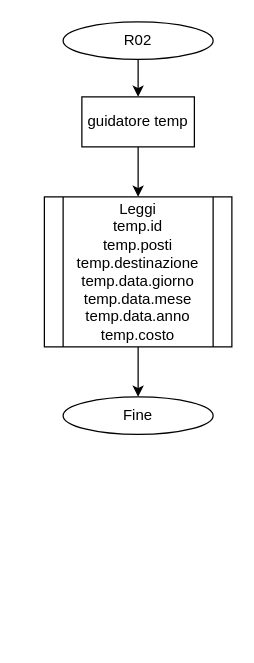
Above: page "R02" (2 of 7) of Diagramma senza titolo.drawio in kelvinsrcn/Demo (draw.io), before the change. Source tidied: cells renumbered, new cells numbered last; positions are measured from the earlier drawing's top-left corner, leaving out a move shared by most shapes. Both pictures are drawn from the tidied source at 125%, with x=0, y=0 at pixel (44, 21).
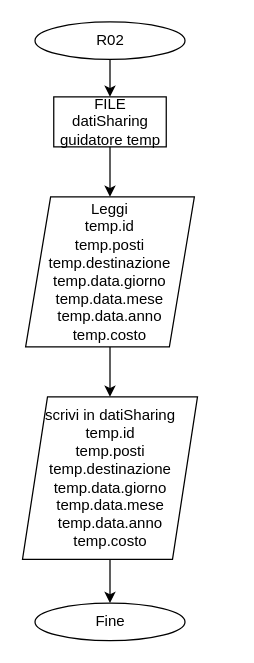
The same page after the edit.

Change to the diagram source:
```diff
@@
 <mxGraphModel>
   <root>
     <mxCell id="0" />
     <mxCell id="1" parent="0" />
     <mxCell id="2" style="edgeStyle=orthogonalEdgeStyle;rounded=0;jettySize=auto;html=1;entryX=0.5;entryY=0;entryDx=0;entryDy=0;" parent="1" edge="1" source="3" target="8">
       <mxGeometry relative="1" as="geometry" />
     </mxCell>
     <mxCell id="3" value="R02" style="ellipse;whiteSpace=wrap;html=1;" parent="1" vertex="1">
-      <mxGeometry x="15" width="120" height="30" as="geometry" />
+      <mxGeometry x="-7.5" width="120" height="30" as="geometry" />
     </mxCell>
     <mxCell id="4" value="Fine" style="ellipse;whiteSpace=wrap;html=1;" parent="1" vertex="1">
-      <mxGeometry x="15" y="300" width="120" height="30" as="geometry" />
+      <mxGeometry x="-7.5" y="465" width="120" height="30" as="geometry" />
     </mxCell>
-    <mxCell id="5" style="edgeStyle=orthogonalEdgeStyle;rounded=0;jettySize=auto;html=1;" parent="1" edge="1" source="6" target="4">
-      <mxGeometry relative="1" as="geometry" />
-    </mxCell>
-    <mxCell id="6" value="Leggi&lt;br&gt;temp.id&lt;br&gt;temp.posti&lt;br&gt;temp.destinazione&lt;br&gt;temp.data.giorno&lt;br&gt;temp.data.mese&lt;br&gt;temp.data.anno&lt;br&gt;temp.costo" style="shape=process;whiteSpace=wrap;html=1;backgroundOutline=1;" parent="1" vertex="1">
-      <mxGeometry y="140" width="150" height="120" as="geometry" />
-    </mxCell>
     <mxCell id="7" style="edgeStyle=orthogonalEdgeStyle;rounded=0;jettySize=auto;html=1;" parent="1" edge="1" source="8" target="6">
       <mxGeometry relative="1" as="geometry" />
     </mxCell>
-    <mxCell id="8" value="guidatore temp" style="whiteSpace=wrap;html=1;" parent="1" vertex="1">
-      <mxGeometry x="30" y="60" width="90" height="40" as="geometry" />
+    <mxCell id="8" value="FILE datiSharing&lt;br&gt;guidatore temp" style="whiteSpace=wrap;html=1;" parent="1" vertex="1">
+      <mxGeometry x="7.5" y="60" width="90" height="40" as="geometry" />
     </mxCell>
+    <mxCell id="9" style="edgeStyle=orthogonalEdgeStyle;rounded=0;jettySize=auto;html=1;" parent="1" edge="1" source="6" target="11">
+      <mxGeometry relative="1" as="geometry" />
+    </mxCell>
+    <mxCell id="6" value="Leggi&lt;br&gt;temp.id&lt;br&gt;temp.posti&lt;br&gt;temp.destinazione&lt;br&gt;temp.data.giorno&lt;br&gt;temp.data.mese&lt;br&gt;temp.data.anno&lt;br&gt;temp.costo" style="shape=parallelogram;perimeter=parallelogramPerimeter;whiteSpace=wrap;html=1;fixedSize=1;" parent="1" vertex="1">
+      <mxGeometry x="-15" y="140" width="135" height="120" as="geometry" />
+    </mxCell>
+    <mxCell id="10" style="edgeStyle=orthogonalEdgeStyle;rounded=0;jettySize=auto;html=1;" parent="1" edge="1" source="11" target="4">
+      <mxGeometry relative="1" as="geometry" />
+    </mxCell>
+    <mxCell id="11" value="scrivi in datiSharing&lt;br&gt;temp.id&lt;br&gt;temp.posti&lt;br&gt;temp.destinazione&lt;br&gt;temp.data.giorno&lt;br&gt;temp.data.mese&lt;br&gt;temp.data.anno&lt;br&gt;temp.costo" style="shape=parallelogram;perimeter=parallelogramPerimeter;whiteSpace=wrap;html=1;fixedSize=1;" parent="1" vertex="1">
+      <mxGeometry x="-17.5" y="300" width="140" height="130" as="geometry" />
+    </mxCell>
   </root>
 </mxGraphModel>
```
